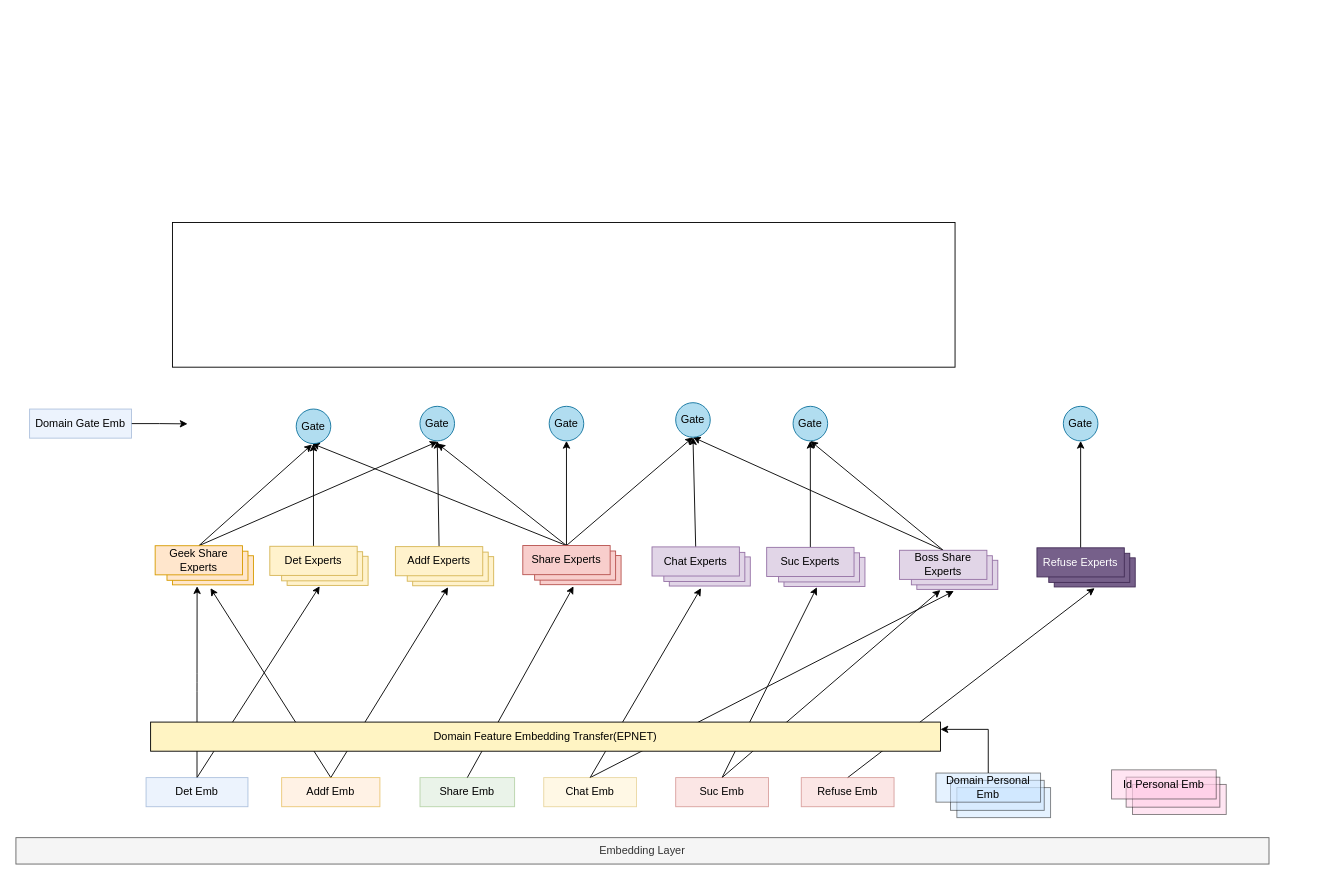
HSUAID/Machine-Translation-by-Transformer keeps this draw.io diagram as 未命名绘图.drawio. Above is the earlier version. Source tidied: cells renumbered, new cells numbered last; positions are measured from the earlier drawing's top-left corner, leaving out a move shared by most shapes. Both pictures are drawn from the tidied source at 91%, with x=0, y=0 at pixel (15, 222).
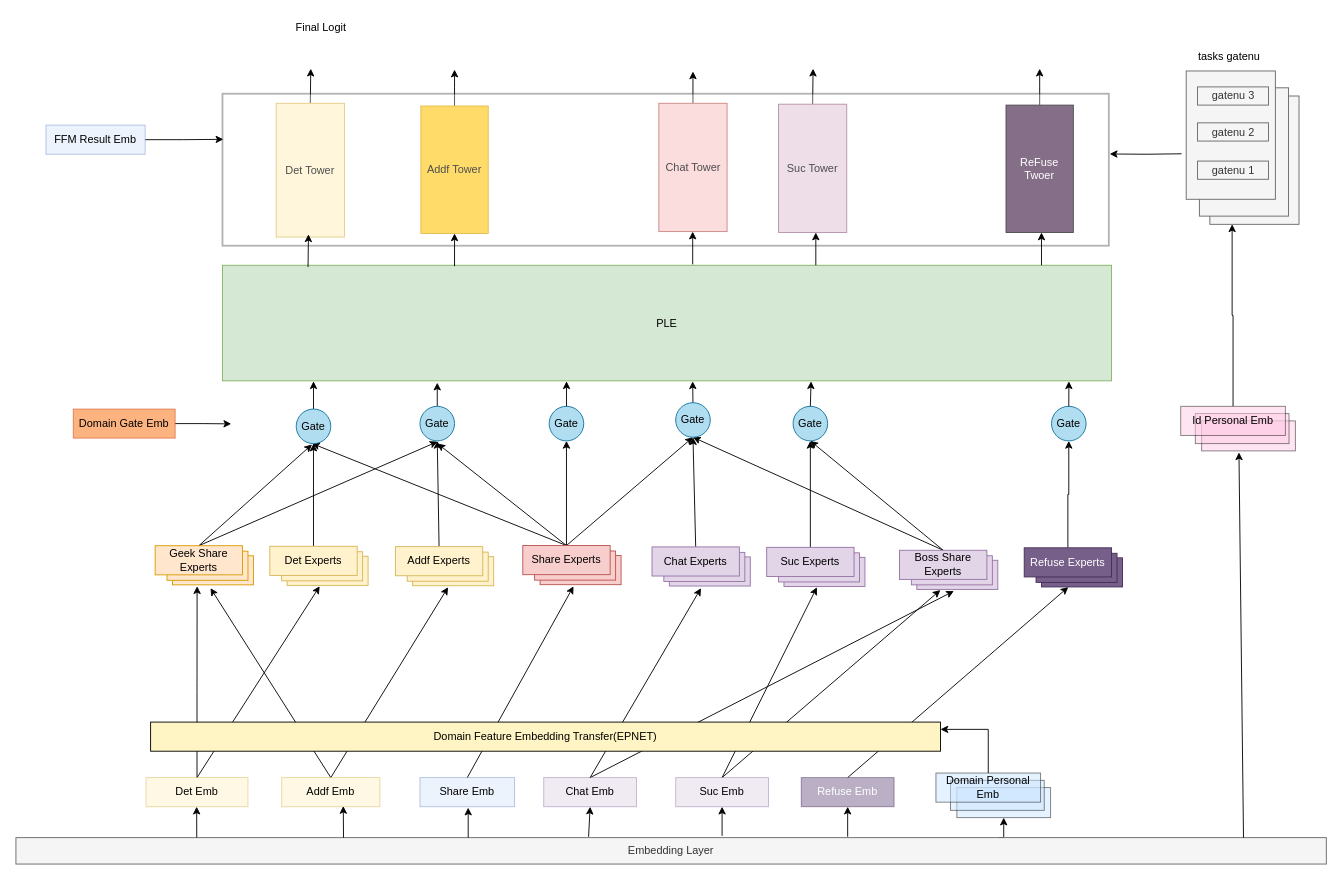
The same diagram, later.

Commit message (it also covers changes not shown here):
更新未命名绘图.drawio

The change refers to these unchanged cells:
```xml
<mxCell id="16" style="whiteSpace=wrap;html=1;fillColor=#CCE5FF;opacity=50;" parent="1" vertex="1">
  <mxGeometry x="1034" y="621" width="103" height="33" as="geometry" />
</mxCell>
<mxCell id="65" value="Gate" style="ellipse;whiteSpace=wrap;html=1;fillColor=#b1ddf0;strokeColor=#10739e;" parent="1" vertex="1">
  <mxGeometry x="308" y="205" width="38" height="38" as="geometry" />
</mxCell>
<mxCell id="66" value="Gate" style="ellipse;whiteSpace=wrap;html=1;fillColor=#b1ddf0;strokeColor=#10739e;" parent="1" vertex="1">
  <mxGeometry x="444" y="202" width="38" height="38" as="geometry" />
</mxCell>
<mxCell id="67" value="Gate" style="ellipse;whiteSpace=wrap;html=1;fillColor=#b1ddf0;strokeColor=#10739e;" parent="1" vertex="1">
  <mxGeometry x="586" y="202" width="38" height="38" as="geometry" />
</mxCell>
<mxCell id="68" value="Gate" style="ellipse;whiteSpace=wrap;html=1;fillColor=#b1ddf0;strokeColor=#10739e;" parent="1" vertex="1">
  <mxGeometry x="725" y="198" width="38" height="38" as="geometry" />
</mxCell>
<mxCell id="69" value="Gate" style="ellipse;whiteSpace=wrap;html=1;fillColor=#b1ddf0;strokeColor=#10739e;" parent="1" vertex="1">
  <mxGeometry x="854" y="202" width="38" height="38" as="geometry" />
</mxCell>
```

What changed in the source:
```diff
@@
+    <mxCell id="74" style="edgeStyle=orthogonalEdgeStyle;rounded=0;jettySize=auto;html=1;exitX=0.75;exitY=0;exitDx=0;exitDy=0;entryX=0.5;entryY=1;entryDx=0;entryDy=0;" parent="1" edge="1" source="2" target="16">
+      <mxGeometry relative="1" as="geometry" />
+    </mxCell>
     <mxCell id="2" value="Embedding Layer" style="whiteSpace=wrap;html=1;fillColor=#f5f5f5;fontColor=#333333;strokeColor=#666666;" parent="1" vertex="1">
-      <mxGeometry y="676" width="1377" height="29" as="geometry" />
+      <mxGeometry y="676" width="1440" height="29" as="geometry" />
     </mxCell>
@@
-    <mxCell id="5" value="Det Emb" style="rounded=0;whiteSpace=wrap;html=1;fillColor=#dae8fc;strokeColor=#6c8ebf;opacity=50;" parent="1" vertex="1">
+    <mxCell id="5" value="Det Emb" style="rounded=0;whiteSpace=wrap;html=1;fillColor=#fff2cc;strokeColor=#d6b656;opacity=50;" parent="1" vertex="1">
       <mxGeometry x="143" y="610" width="112" height="32" as="geometry" />
     </mxCell>
@@
-    <mxCell id="9" value="Addf Emb" style="rounded=0;whiteSpace=wrap;html=1;fillColor=#ffe6cc;strokeColor=#d79b00;opacity=50;" parent="1" vertex="1">
+    <mxCell id="9" value="Addf Emb" style="rounded=0;whiteSpace=wrap;html=1;fillColor=#fff2cc;strokeColor=#d6b656;opacity=50;" parent="1" vertex="1">
       <mxGeometry x="292" y="610" width="108" height="32" as="geometry" />
     </mxCell>
@@
-    <mxCell id="11" value="Chat Emb" style="rounded=0;whiteSpace=wrap;html=1;fillColor=#fff2cc;strokeColor=#d6b656;opacity=50;" parent="1" vertex="1">
+    <mxCell id="11" value="Chat Emb" style="rounded=0;whiteSpace=wrap;html=1;fillColor=#e1d5e7;strokeColor=#9673a6;opacity=50;" parent="1" vertex="1">
       <mxGeometry x="580" y="610" width="102" height="32" as="geometry" />
     </mxCell>
@@
-    <mxCell id="14" value="Suc Emb" style="rounded=0;whiteSpace=wrap;html=1;fillColor=#f8cecc;strokeColor=#b85450;opacity=50;" parent="1" vertex="1">
+    <mxCell id="14" value="Suc Emb" style="rounded=0;whiteSpace=wrap;html=1;fillColor=#e1d5e7;strokeColor=#9673a6;opacity=50;" parent="1" vertex="1">
       <mxGeometry x="725" y="610" width="102" height="32" as="geometry" />
     </mxCell>
-    <mxCell id="15" value="Share Emb" style="rounded=0;whiteSpace=wrap;html=1;fillColor=#d5e8d4;strokeColor=#82b366;opacity=50;" parent="1" vertex="1">
+    <mxCell id="15" value="Share Emb" style="rounded=0;whiteSpace=wrap;html=1;fillColor=#dae8fc;strokeColor=#6c8ebf;opacity=50;" parent="1" vertex="1">
       <mxGeometry x="444" y="610" width="104" height="32" as="geometry" />
     </mxCell>
@@
     <mxCell id="20" style="whiteSpace=wrap;html=1;gradientColor=none;fillColor=#FFCCE6;opacity=50;" parent="1" vertex="1">
-      <mxGeometry x="1227" y="617.5" width="103" height="33" as="geometry" />
+      <mxGeometry x="1303" y="218" width="103" height="33" as="geometry" />
     </mxCell>
     <mxCell id="21" style="whiteSpace=wrap;html=1;gradientColor=none;fillColor=#FFCCE6;opacity=50;" parent="1" vertex="1">
-      <mxGeometry x="1220" y="609.5" width="103" height="33" as="geometry" />
+      <mxGeometry x="1296" y="210" width="103" height="33" as="geometry" />
     </mxCell>
+    <mxCell id="75" style="edgeStyle=orthogonalEdgeStyle;rounded=0;jettySize=auto;html=1;exitX=0.5;exitY=0;exitDx=0;exitDy=0;entryX=1;entryY=0.75;entryDx=0;entryDy=0;" parent="1" edge="1" source="22" target="101">
+      <mxGeometry relative="1" as="geometry" />
+    </mxCell>
     <mxCell id="22" value="Id Personal Emb" style="rounded=0;whiteSpace=wrap;html=1;gradientColor=none;fillColor=#FFCCE6;opacity=50;" parent="1" vertex="1">
-      <mxGeometry x="1204" y="601.5" width="115" height="32" as="geometry" />
+      <mxGeometry x="1280" y="202" width="115" height="32" as="geometry" />
     </mxCell>
@@
-    <mxCell id="56" style="rounded=1;jettySize=auto;html=1;exitX=0.5;exitY=0;exitDx=0;exitDy=0;curved=0;" parent="1" edge="1" source="57">
-      <mxGeometry relative="1" as="geometry">
-        <mxPoint x="1185.4" y="401.8" as="targetPoint" />
-      </mxGeometry>
+    <mxCell id="56" style="rounded=1;jettySize=auto;html=1;exitX=0.5;exitY=0;exitDx=0;exitDy=0;curved=0;entryX=0.331;entryY=1.004;entryDx=0;entryDy=0;entryPerimeter=0;" parent="1" edge="1" source="57" target="60">
+      <mxGeometry relative="1" as="geometry" />
     </mxCell>
-    <mxCell id="57" value="Refuse Emb" style="rounded=0;whiteSpace=wrap;html=1;fillColor=#f8cecc;strokeColor=#b85450;opacity=50;" parent="1" vertex="1">
+    <mxCell id="57" value="Refuse Emb" style="rounded=0;whiteSpace=wrap;html=1;fillColor=#76608a;strokeColor=#432D57;opacity=50;fontColor=#ffffff;" parent="1" vertex="1">
       <mxGeometry x="863" y="610" width="102" height="32" as="geometry" />
     </mxCell>
@@
     <mxCell id="60" style="rounded=0;whiteSpace=wrap;html=1;fillColor=#76608a;strokeColor=#432D57;fontColor=#ffffff;" parent="1" vertex="1">
-      <mxGeometry x="1141" y="368.5" width="89" height="32" as="geometry" />
+      <mxGeometry x="1127" y="368.5" width="89" height="32" as="geometry" />
     </mxCell>
     <mxCell id="61" style="rounded=0;whiteSpace=wrap;html=1;fillColor=#76608a;strokeColor=#432D57;fontColor=#ffffff;" parent="1" vertex="1">
-      <mxGeometry x="1135" y="363.5" width="89" height="32" as="geometry" />
+      <mxGeometry x="1121" y="363.5" width="89" height="32" as="geometry" />
     </mxCell>
@@
     <mxCell id="63" value="Refuse Experts" style="rounded=0;whiteSpace=wrap;html=1;fillColor=#76608a;strokeColor=#432D57;fontColor=#ffffff;" parent="1" vertex="1">
-      <mxGeometry x="1122" y="357.5" width="96" height="32" as="geometry" />
+      <mxGeometry x="1108" y="357.5" width="96" height="32" as="geometry" />
     </mxCell>
@@
+    <mxCell id="76" style="edgeStyle=orthogonalEdgeStyle;rounded=0;jettySize=auto;html=1;exitX=0.5;exitY=0;exitDx=0;exitDy=0;" parent="1" edge="1" source="65">
+      <mxGeometry relative="1" as="geometry">
+        <mxPoint x="327" y="174.5" as="targetPoint" />
+      </mxGeometry>
+    </mxCell>
@@
+    <mxCell id="77" style="edgeStyle=orthogonalEdgeStyle;rounded=0;jettySize=auto;html=1;exitX=0.5;exitY=0;exitDx=0;exitDy=0;" parent="1" edge="1" source="66">
+      <mxGeometry relative="1" as="geometry">
+        <mxPoint x="463" y="176" as="targetPoint" />
+      </mxGeometry>
+    </mxCell>
@@
+    <mxCell id="78" style="edgeStyle=orthogonalEdgeStyle;rounded=0;jettySize=auto;html=1;exitX=0.5;exitY=0;exitDx=0;exitDy=0;" parent="1" edge="1" source="68">
+      <mxGeometry relative="1" as="geometry">
+        <mxPoint x="743.7" y="174.5" as="targetPoint" />
+      </mxGeometry>
+    </mxCell>
@@
     <mxCell id="70" value="Gate" style="ellipse;whiteSpace=wrap;html=1;fillColor=#b1ddf0;strokeColor=#10739e;" parent="1" vertex="1">
-      <mxGeometry x="1151" y="202" width="38" height="38" as="geometry" />
+      <mxGeometry x="1138" y="202" width="38" height="38" as="geometry" />
     </mxCell>
     <mxCell id="71" style="edgeStyle=orthogonalEdgeStyle;rounded=0;jettySize=auto;html=1;exitX=1;exitY=0.5;exitDx=0;exitDy=0;" parent="1" edge="1" source="72">
       <mxGeometry relative="1" as="geometry">
-        <mxPoint x="188.6" y="221.3" as="targetPoint" />
+        <mxPoint x="236.6" y="221.3" as="targetPoint" />
       </mxGeometry>
     </mxCell>
-    <mxCell id="72" value="Domain Gate Emb" style="rounded=0;whiteSpace=wrap;html=1;fillColor=#dae8fc;strokeColor=#6c8ebf;opacity=50;" parent="1" vertex="1">
-      <mxGeometry x="15" y="205" width="112" height="32" as="geometry" />
+    <mxCell id="72" value="Domain Gate Emb" style="rounded=0;whiteSpace=wrap;html=1;fillColor=#fa6800;strokeColor=#C73500;opacity=50;fontColor=#000000;" parent="1" vertex="1">
+      <mxGeometry x="63" y="205" width="112" height="32" as="geometry" />
     </mxCell>
-    <mxCell id="73" style="rounded=0;whiteSpace=wrap;html=1;" parent="1" vertex="1">
-      <mxGeometry x="172" width="860" height="159" as="geometry" />
+    <mxCell id="73" value="PLE" style="rounded=0;whiteSpace=wrap;html=1;fillColor=#d5e8d4;gradientColor=none;strokeColor=#82b366;" parent="1" vertex="1">
+      <mxGeometry x="227" y="47" width="977" height="127" as="geometry" />
     </mxCell>
+    <mxCell id="79" style="edgeStyle=orthogonalEdgeStyle;rounded=0;jettySize=auto;html=1;exitX=0;exitY=0.5;exitDx=0;exitDy=0;" parent="1" edge="1" source="80">
+      <mxGeometry relative="1" as="geometry">
+        <mxPoint x="324" y="-169" as="targetPoint" />
+      </mxGeometry>
+    </mxCell>
+    <mxCell id="80" value="Det Tower" style="rounded=0;whiteSpace=wrap;html=1;direction=south;fillColor=#fff2cc;gradientColor=none;strokeColor=#d6b656;" parent="1" vertex="1">
+      <mxGeometry x="286" y="-131" width="75" height="147" as="geometry" />
+    </mxCell>
+    <mxCell id="81" style="edgeStyle=orthogonalEdgeStyle;rounded=0;jettySize=auto;html=1;exitX=0;exitY=0.5;exitDx=0;exitDy=0;" parent="1" edge="1" source="82">
+      <mxGeometry relative="1" as="geometry">
+        <mxPoint x="482" y="-168" as="targetPoint" />
+      </mxGeometry>
+    </mxCell>
+    <mxCell id="82" value="Addf Tower" style="rounded=0;whiteSpace=wrap;html=1;direction=south;fillColor=#ffcd28;gradientColor=none;strokeColor=#d79b00;" parent="1" vertex="1">
+      <mxGeometry x="445" y="-128" width="74" height="140" as="geometry" />
+    </mxCell>
+    <mxCell id="83" style="edgeStyle=orthogonalEdgeStyle;rounded=0;jettySize=auto;html=1;exitX=0;exitY=0.5;exitDx=0;exitDy=0;" parent="1" edge="1" source="84">
+      <mxGeometry relative="1" as="geometry">
+        <mxPoint x="744" y="-166" as="targetPoint" />
+      </mxGeometry>
+    </mxCell>
+    <mxCell id="84" value="Chat Tower" style="rounded=0;whiteSpace=wrap;html=1;direction=south;fillColor=#f8cecc;gradientColor=none;strokeColor=#b85450;" parent="1" vertex="1">
+      <mxGeometry x="706.5" y="-131" width="75" height="141" as="geometry" />
+    </mxCell>
+    <mxCell id="85" style="edgeStyle=orthogonalEdgeStyle;rounded=0;jettySize=auto;html=1;exitX=0;exitY=0.5;exitDx=0;exitDy=0;" parent="1" edge="1" source="86">
+      <mxGeometry relative="1" as="geometry">
+        <mxPoint x="876" y="-169" as="targetPoint" />
+      </mxGeometry>
+    </mxCell>
+    <mxCell id="86" value="Suc Tower" style="rounded=0;whiteSpace=wrap;html=1;direction=south;fillColor=#e6d0de;gradientColor=none;strokeColor=#996185;" parent="1" vertex="1">
+      <mxGeometry x="838" y="-130" width="75" height="141" as="geometry" />
+    </mxCell>
+    <mxCell id="87" style="edgeStyle=orthogonalEdgeStyle;rounded=0;jettySize=auto;html=1;exitX=0;exitY=0.5;exitDx=0;exitDy=0;" parent="1" edge="1" source="88">
+      <mxGeometry relative="1" as="geometry">
+        <mxPoint x="1125" y="-169" as="targetPoint" />
+      </mxGeometry>
+    </mxCell>
+    <mxCell id="88" value="&lt;font color=&quot;#ffffff&quot;&gt;ReFuse Twoer&lt;/font&gt;" style="rounded=0;whiteSpace=wrap;html=1;direction=south;fillColor=#503054;" parent="1" vertex="1">
+      <mxGeometry x="1088" y="-129" width="74" height="140" as="geometry" />
+    </mxCell>
+    <mxCell id="89" style="edgeStyle=orthogonalEdgeStyle;rounded=0;orthogonalLoop=1;jettySize=auto;html=1;exitX=0.5;exitY=1;exitDx=0;exitDy=0;entryX=0.391;entryY=-0.002;entryDx=0;entryDy=0;entryPerimeter=0;" parent="1" edge="1">
+      <mxGeometry relative="1" as="geometry">
+        <mxPoint x="1281" y="-75.5" as="sourcePoint" />
+        <mxPoint x="1202" y="-75.3" as="targetPoint" />
+      </mxGeometry>
+    </mxCell>
+    <mxCell id="90" style="endArrow=classic;html=1;rounded=0;entryX=0.398;entryY=1.049;entryDx=0;entryDy=0;entryPerimeter=0;" parent="1" edge="1" target="20">
+      <mxGeometry relative="1" as="geometry">
+        <mxPoint x="1349" y="676" as="sourcePoint" />
+      </mxGeometry>
+    </mxCell>
+    <mxCell id="91" style="endArrow=classic;html=1;rounded=0;entryX=0.5;entryY=1;entryDx=0;entryDy=0;" parent="1" edge="1" target="57">
+      <mxGeometry relative="1" as="geometry">
+        <mxPoint x="914" y="675" as="sourcePoint" />
+      </mxGeometry>
+    </mxCell>
+    <mxCell id="92" style="endArrow=classic;html=1;rounded=0;entryX=0.5;entryY=1;entryDx=0;entryDy=0;" parent="1" edge="1" target="14">
+      <mxGeometry relative="1" as="geometry">
+        <mxPoint x="776" y="674" as="sourcePoint" />
+      </mxGeometry>
+    </mxCell>
+    <mxCell id="93" style="endArrow=classic;html=1;rounded=0;entryX=0.5;entryY=1;entryDx=0;entryDy=0;exitX=0.437;exitY=-0.032;exitDx=0;exitDy=0;exitPerimeter=0;" parent="1" edge="1" source="2" target="11">
+      <mxGeometry relative="1" as="geometry" />
+    </mxCell>
+    <mxCell id="94" style="edgeStyle=orthogonalEdgeStyle;rounded=0;jettySize=auto;html=1;exitX=0.25;exitY=0;exitDx=0;exitDy=0;entryX=0.627;entryY=0.976;entryDx=0;entryDy=0;entryPerimeter=0;" parent="1" edge="1" source="2" target="9">
+      <mxGeometry relative="1" as="geometry" />
+    </mxCell>
+    <mxCell id="95" style="endArrow=classic;html=1;rounded=0;exitX=0.437;exitY=-0.032;exitDx=0;exitDy=0;exitPerimeter=0;" parent="1" edge="1">
+      <mxGeometry relative="1" as="geometry">
+        <mxPoint x="497" y="676" as="sourcePoint" />
+        <mxPoint x="497" y="643" as="targetPoint" />
+      </mxGeometry>
+    </mxCell>
+    <mxCell id="96" style="endArrow=classic;html=1;rounded=0;exitX=0.138;exitY=-0.005;exitDx=0;exitDy=0;exitPerimeter=0;" parent="1" edge="1" source="2">
+      <mxGeometry relative="1" as="geometry">
+        <mxPoint x="198.6" y="642" as="targetPoint" />
+      </mxGeometry>
+    </mxCell>
+    <mxCell id="97" style="edgeStyle=orthogonalEdgeStyle;rounded=0;jettySize=auto;html=1;exitX=0.5;exitY=0;exitDx=0;exitDy=0;entryX=0.387;entryY=1.004;entryDx=0;entryDy=0;entryPerimeter=0;" parent="1" edge="1" source="67" target="73">
+      <mxGeometry relative="1" as="geometry" />
+    </mxCell>
+    <mxCell id="98" style="edgeStyle=orthogonalEdgeStyle;rounded=0;jettySize=auto;html=1;exitX=1;exitY=0.5;exitDx=0;exitDy=0;entryX=0.001;entryY=0.3;entryDx=0;entryDy=0;entryPerimeter=0;" parent="1" edge="1" source="99" target="108">
+      <mxGeometry relative="1" as="geometry" />
+    </mxCell>
+    <mxCell id="99" value="FFM Result Emb" style="rounded=0;whiteSpace=wrap;html=1;fillColor=#dae8fc;strokeColor=#6c8ebf;opacity=50;" parent="1" vertex="1">
+      <mxGeometry x="33" y="-107" width="109" height="32" as="geometry" />
+    </mxCell>
+    <mxCell id="100" value="Final Logit" style="text;html=1;align=center;verticalAlign=middle;strokeColor=none;fillColor=none;" parent="1" vertex="1">
+      <mxGeometry x="298" y="-227" width="73" height="26" as="geometry" />
+    </mxCell>
+    <mxCell id="101" style="rounded=0;whiteSpace=wrap;html=1;direction=south;fillColor=#f5f5f5;fontColor=#333333;strokeColor=#666666;" parent="1" vertex="1">
+      <mxGeometry x="1312" y="-139" width="98" height="141" as="geometry" />
+    </mxCell>
+    <mxCell id="102" style="rounded=0;whiteSpace=wrap;html=1;direction=south;fillColor=#f5f5f5;fontColor=#333333;strokeColor=#666666;" parent="1" vertex="1">
+      <mxGeometry x="1300.5" y="-148" width="98" height="141" as="geometry" />
+    </mxCell>
+    <mxCell id="103" style="rounded=0;whiteSpace=wrap;html=1;direction=south;fillColor=#f5f5f5;fontColor=#333333;strokeColor=#666666;" parent="1" vertex="1">
+      <mxGeometry x="1286" y="-166.5" width="98" height="141" as="geometry" />
+    </mxCell>
+    <mxCell id="104" value="gatenu 1" style="rounded=0;whiteSpace=wrap;html=1;fillColor=#f5f5f5;fontColor=#333333;strokeColor=#666666;" parent="1" vertex="1">
+      <mxGeometry x="1298.5" y="-67.5" width="78" height="20" as="geometry" />
+    </mxCell>
+    <mxCell id="105" value="gatenu 2" style="rounded=0;whiteSpace=wrap;html=1;fillColor=#f5f5f5;fontColor=#333333;strokeColor=#666666;" parent="1" vertex="1">
+      <mxGeometry x="1298.5" y="-109.5" width="78" height="20" as="geometry" />
+    </mxCell>
+    <mxCell id="106" value="gatenu 3" style="rounded=0;whiteSpace=wrap;html=1;fillColor=#f5f5f5;fontColor=#333333;strokeColor=#666666;" parent="1" vertex="1">
+      <mxGeometry x="1298.5" y="-149" width="78" height="20" as="geometry" />
+    </mxCell>
+    <mxCell id="107" value="tasks gatenu" style="text;html=1;align=center;verticalAlign=middle;strokeColor=none;fillColor=none;" parent="1" vertex="1">
+      <mxGeometry x="1289.5" y="-195" width="86" height="26" as="geometry" />
+    </mxCell>
+    <mxCell id="108" style="rounded=0;whiteSpace=wrap;html=1;opacity=30;strokeWidth=2;" parent="1" vertex="1">
+      <mxGeometry x="227" y="-141.5" width="974" height="167" as="geometry" />
+    </mxCell>
+    <mxCell id="109" style="edgeStyle=orthogonalEdgeStyle;rounded=0;jettySize=auto;html=1;exitX=0.5;exitY=0;exitDx=0;exitDy=0;entryX=0.662;entryY=1.004;entryDx=0;entryDy=0;entryPerimeter=0;" parent="1" edge="1" source="69" target="73">
+      <mxGeometry relative="1" as="geometry" />
+    </mxCell>
+    <mxCell id="110" style="edgeStyle=orthogonalEdgeStyle;rounded=0;jettySize=auto;html=1;exitX=0.5;exitY=0;exitDx=0;exitDy=0;entryX=0.952;entryY=1.004;entryDx=0;entryDy=0;entryPerimeter=0;" parent="1" edge="1" source="70" target="73">
+      <mxGeometry relative="1" as="geometry" />
+    </mxCell>
+    <mxCell id="111" style="endArrow=classic;html=1;rounded=0;entryX=0.097;entryY=0.925;entryDx=0;entryDy=0;entryPerimeter=0;" parent="1" edge="1" target="108">
+      <mxGeometry relative="1" as="geometry">
+        <mxPoint x="321" y="49" as="sourcePoint" />
+      </mxGeometry>
+    </mxCell>
+    <mxCell id="112" style="endArrow=classic;html=1;rounded=0;entryX=0.097;entryY=0.925;entryDx=0;entryDy=0;entryPerimeter=0;" parent="1" edge="1">
+      <mxGeometry relative="1" as="geometry">
+        <mxPoint x="482" y="48" as="sourcePoint" />
+        <mxPoint x="482" y="12" as="targetPoint" />
+      </mxGeometry>
+    </mxCell>
+    <mxCell id="113" style="endArrow=classic;html=1;rounded=0;entryX=0.097;entryY=0.925;entryDx=0;entryDy=0;entryPerimeter=0;" parent="1" edge="1">
+      <mxGeometry relative="1" as="geometry">
+        <mxPoint x="743.7" y="46" as="sourcePoint" />
+        <mxPoint x="743.7" y="10" as="targetPoint" />
+      </mxGeometry>
+    </mxCell>
+    <mxCell id="114" style="endArrow=classic;html=1;rounded=0;entryX=0.097;entryY=0.925;entryDx=0;entryDy=0;entryPerimeter=0;" parent="1" edge="1">
+      <mxGeometry relative="1" as="geometry">
+        <mxPoint x="879" y="47" as="sourcePoint" />
+        <mxPoint x="879" y="11" as="targetPoint" />
+      </mxGeometry>
+    </mxCell>
+    <mxCell id="115" style="endArrow=classic;html=1;rounded=0;entryX=0.097;entryY=0.925;entryDx=0;entryDy=0;entryPerimeter=0;" parent="1" edge="1">
+      <mxGeometry relative="1" as="geometry">
+        <mxPoint x="1127" y="47" as="sourcePoint" />
+        <mxPoint x="1127" y="11" as="targetPoint" />
+      </mxGeometry>
+    </mxCell>
```
